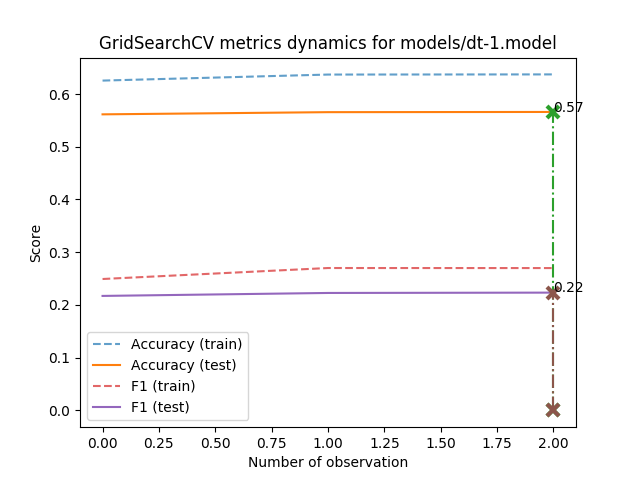
This is models/dt-1.model_metrics.png from AverHLV/diploma-computations, a Graphviz export, as it was before one commit. Its source is kept beside it as models/dt-1.model.dot. The source it was exported from:
```dot
digraph Tree {
node [shape=box, style="filled", color="black"] ;
0 [label="Topic <= 0.998\ngini = 0.558\nsamples = 12050\nvalue = [[27, 5080, 719, 4437, 1787]\n[325, 7325, 2437, 826, 1137]\n[147, 6578, 597, 4038, 690]\n...\n[13, 5625, 853, 3960, 1599]\n[8, 141, 69, 42, 11790]\n[14, 1988, 26, 7760, 2262]]", fillcolor="#fffdfb"] ;
1 [label="ОБ <= -0.369\ngini = 0.543\nsamples = 9234\nvalue = [[22, 4542, 556, 2710, 1404]\n[273, 5771, 1746, 557, 887]\n[124, 5772, 486, 2218, 634]\n...\n[13, 4908, 456, 2510, 1347]\n[6, 122, 39, 31, 9036]\n[14, 1776, 16, 5838, 1590]]", fillcolor="#fdf6f1"] ;
0 -> 1 [labeldistance=2.5, labelangle=45, headlabel="True"] ;
5 [label="Екогрупа <= -2.473\ngini = 0.531\nsamples = 2184\nvalue = [[6, 1218, 75, 458, 427]\n[36, 1459, 224, 162, 303]\n[24, 1337, 70, 487, 266]\n...\n[6, 1139, 85, 567, 387]\n[1, 15, 7, 1, 2160]\n[5, 332, 0, 1241, 606]]", fillcolor="#fcf1e9"] ;
1 -> 5 ;
9 [label="gini = 0.457\nsamples = 273\nvalue = [[1, 48, 1, 138, 85]\n[0, 170, 43, 27, 33]\n[1, 69, 5, 159, 39]\n...\n[0, 38, 18, 131, 86]\n[0, 0, 0, 0, 273]\n[2, 16, 0, 13, 242]]", fillcolor="#f6d1b7"] ;
5 -> 9 ;
10 [label="НФ <= -0.871\ngini = 0.513\nsamples = 1911\nvalue = [[5, 1170, 74, 320, 342]\n[36, 1289, 181, 135, 270]\n[23, 1268, 65, 328, 227]\n...\n[6, 1101, 67, 436, 301]\n[1, 15, 7, 1, 1887]\n[3, 316, 0, 1228, 364]]", fillcolor="#fbe9dd"] ;
5 -> 10 ;
25 [label="gini = 0.531\nsamples = 237\nvalue = [[1, 111, 9, 64, 52]\n[3, 127, 19, 39, 49]\n[0, 117, 8, 67, 45]\n...\n[2, 87, 6, 112, 30]\n[0, 1, 0, 0, 236]\n[1, 14, 0, 184, 38]]", fillcolor="#fcf1e9"] ;
10 -> 25 ;
26 [label="gini = 0.496\nsamples = 1674\nvalue = [[4, 1059, 65, 256, 290]\n[33, 1162, 162, 96, 221]\n[23, 1151, 57, 261, 182]\n...\n[4, 1014, 61, 324, 271]\n[1, 14, 7, 1, 1651]\n[2, 302, 0, 1044, 326]]", fillcolor="#f9e2d2"] ;
10 -> 26 ;
6 [label="Topic <= -1.596\ngini = 0.536\nsamples = 7050\nvalue = [[16, 3324, 481, 2252, 977]\n[237, 4312, 1522, 395, 584]\n[100, 4435, 416, 1731, 368]\n...\n[7, 3769, 371, 1943, 960]\n[5, 107, 32, 30, 6876]\n[9, 1444, 16, 4597, 984]]", fillcolor="#fdf3ec"] ;
1 -> 6 ;
7 [label="gini = 0.461\nsamples = 331\nvalue = [[2, 83, 64, 156, 26]\n[5, 247, 58, 8, 13]\n[0, 90, 66, 173, 2]\n...\n[0, 75, 84, 134, 38]\n[0, 21, 1, 13, 296]\n[0, 21, 0, 225, 85]]", fillcolor="#f6d3ba"] ;
6 -> 7 ;
8 [label="НФ <= 0.392\ngini = 0.531\nsamples = 6719\nvalue = [[14, 3241, 417, 2096, 951]\n[232, 4065, 1464, 387, 571]\n[100, 4345, 350, 1558, 366]\n...\n[7, 3694, 287, 1809, 922]\n[5, 86, 31, 17, 6580]\n[9, 1423, 16, 4372, 899]]", fillcolor="#fcf1e9"] ;
6 -> 8 ;
13 [label="Екогрупа <= -1.626\ngini = 0.52\nsamples = 4052\nvalue = [[5, 1844, 206, 1377, 620]\n[117, 2584, 887, 205, 259]\n[46, 2571, 193, 983, 259]\n...\n[6, 2307, 183, 1200, 356]\n[2, 24, 14, 8, 4004]\n[5, 930, 7, 2642, 468]]", fillcolor="#fbece2"] ;
8 -> 13 ;
21 [label="gini = 0.473\nsamples = 169\nvalue = [[0, 42, 8, 87, 32]\n[4, 98, 29, 3, 35]\n[0, 51, 5, 113, 0]\n...\n[0, 56, 12, 73, 28]\n[0, 2, 0, 0, 167]\n[0, 13, 0, 25, 131]]", fillcolor="#f7d8c2"] ;
13 -> 21 ;
22 [label="gini = 0.515\nsamples = 3883\nvalue = [[5, 1802, 198, 1290, 588]\n[113, 2486, 858, 202, 224]\n[46, 2520, 188, 870, 259]\n...\n[6, 2251, 171, 1127, 328]\n[2, 22, 14, 8, 3837]\n[5, 917, 7, 2617, 337]]", fillcolor="#fbeade"] ;
13 -> 22 ;
14 [label="gini = 0.533\nsamples = 2667\nvalue = [[9, 1397, 211, 719, 331]\n[115, 1481, 577, 182, 312]\n[54, 1774, 157, 575, 107]\n...\n[1, 1387, 104, 609, 566]\n[3, 62, 17, 9, 2576]\n[4, 493, 9, 1730, 431]]", fillcolor="#fcf2eb"] ;
8 -> 14 ;
2 [label="НФ <= -0.149\ngini = 0.525\nsamples = 2816\nvalue = [[5, 538, 163, 1727, 383]\n[52, 1554, 691, 269, 250]\n[23, 806, 111, 1820, 56]\n...\n[0, 717, 397, 1450, 252]\n[2, 19, 30, 11, 2754]\n[0, 212, 10, 1922, 672]]", fillcolor="#fceee5"] ;
0 -> 2 [labeldistance=2.5, labelangle=-45, headlabel="False"] ;
3 [label="Topic <= 1.016\ngini = 0.459\nsamples = 1892\nvalue = [[1, 150, 65, 1434, 242]\n[23, 997, 479, 226, 167]\n[2, 325, 51, 1487, 27]\n...\n[0, 347, 238, 1214, 93]\n[0, 3, 2, 1, 1886]\n[0, 60, 3, 1358, 471]]", fillcolor="#f6d2b9"] ;
2 -> 3 ;
11 [label="Воля <= -0.217\ngini = 0.352\nsamples = 564\nvalue = [[0, 2, 26, 494, 42]\n[5, 393, 12, 100, 54]\n[0, 46, 6, 512, 0]\n...\n[0, 36, 138, 344, 46]\n[0, 0, 0, 0, 564]\n[0, 1, 0, 413, 150]]", fillcolor="#eca470"] ;
3 -> 11 ;
23 [label="gini = 0.269\nsamples = 197\nvalue = [[0, 0, 25, 172, 0]\n[1, 106, 2, 54, 34]\n[0, 0, 1, 196, 0]\n...\n[0, 5, 9, 138, 45]\n[0, 0, 0, 0, 197]\n[0, 0, 0, 47, 150]]", fillcolor="#e58139"] ;
11 -> 23 ;
24 [label="gini = 0.329\nsamples = 367\nvalue = [[0, 2, 1, 322, 42]\n[4, 287, 10, 46, 20]\n[0, 46, 5, 316, 0]\n...\n[0, 31, 129, 206, 1]\n[0, 0, 0, 0, 367]\n[0, 1, 0, 366, 0]]", fillcolor="#ea9a61"] ;
11 -> 24 ;
12 [label="Воля <= 0.475\ngini = 0.467\nsamples = 1328\nvalue = [[1, 148, 39, 940, 200]\n[18, 604, 467, 126, 113]\n[2, 279, 45, 975, 27]\n...\n[0, 311, 100, 870, 47]\n[0, 3, 2, 1, 1322]\n[0, 59, 3, 945, 321]]", fillcolor="#f6d5be"] ;
3 -> 12 ;
17 [label="Екогрупа <= -1.837\ngini = 0.509\nsamples = 638\nvalue = [[1, 114, 23, 354, 146]\n[12, 371, 141, 50, 64]\n[2, 201, 34, 376, 25]\n...\n[0, 200, 49, 359, 30]\n[0, 3, 2, 1, 632]\n[0, 35, 0, 298, 305]]", fillcolor="#fae8da"] ;
12 -> 17 ;
19 [label="gini = 0.369\nsamples = 272\nvalue = [[0, 6, 1, 198, 67]\n[5, 117, 75, 24, 51]\n[0, 20, 4, 244, 4]\n...\n[0, 25, 12, 227, 8]\n[0, 0, 0, 0, 272]\n[0, 0, 0, 2, 270]]", fillcolor="#eeac7c"] ;
17 -> 19 ;
20 [label="gini = 0.52\nsamples = 366\nvalue = [[1, 108, 22, 156, 79]\n[7, 254, 66, 26, 13]\n[2, 181, 30, 132, 21]\n...\n[0, 175, 37, 132, 22]\n[0, 3, 2, 1, 360]\n[0, 35, 0, 296, 35]]", fillcolor="#fbece2"] ;
17 -> 20 ;
18 [label="gini = 0.383\nsamples = 690\nvalue = [[0, 34, 16, 586, 54]\n[6, 233, 326, 76, 49]\n[0, 78, 11, 599, 2]\n...\n[0, 111, 51, 511, 17]\n[0, 0, 0, 0, 690]\n[0, 24, 3, 647, 16]]", fillcolor="#efb285"] ;
12 -> 18 ;
4 [label="Topic <= 1.016\ngini = 0.564\nsamples = 924\nvalue = [[4, 388, 98, 293, 141]\n[29, 557, 212, 43, 83]\n[21, 481, 60, 333, 29]\n...\n[0, 370, 159, 236, 159]\n[2, 16, 28, 10, 868]\n[0, 152, 7, 564, 201]]", fillcolor="#ffffff"] ;
2 -> 4 ;
15 [label="gini = 0.285\nsamples = 100\nvalue = [[0, 26, 24, 47, 3]\n[1, 77, 2, 6, 14]\n[0, 5, 0, 95, 0]\n...\n[0, 7, 72, 21, 0]\n[0, 0, 0, 0, 100]\n[0, 0, 0, 35, 65]]", fillcolor="#e68844"] ;
4 -> 15 ;
16 [label="gini = 0.559\nsamples = 824\nvalue = [[4, 362, 74, 246, 138]\n[28, 480, 210, 37, 69]\n[21, 476, 60, 238, 29]\n...\n[0, 363, 87, 215, 159]\n[2, 16, 28, 10, 768]\n[0, 152, 7, 529, 136]]", fillcolor="#fffdfc"] ;
4 -> 16 ;
}
```
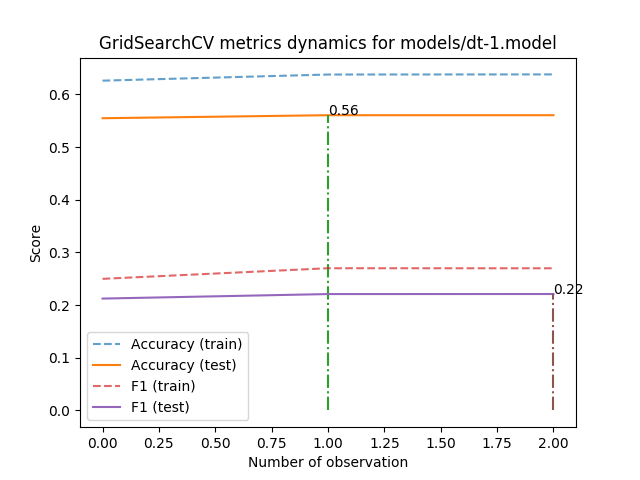
The same diagram one commit later.

Change to the diagram source:
```diff
@@ -1,56 +1,56 @@
 digraph Tree {
 node [shape=box, style="filled", color="black"] ;
-0 [label="Topic <= 0.998\ngini = 0.558\nsamples = 12050\nvalue = [[27, 5080, 719, 4437, 1787]\n[325, 7325, 2437, 826, 1137]\n[147, 6578, 597, 4038, 690]\n...\n[13, 5625, 853, 3960, 1599]\n[8, 141, 69, 42, 11790]\n[14, 1988, 26, 7760, 2262]]", fillcolor="#fffdfb"] ;
-1 [label="ОБ <= -0.369\ngini = 0.543\nsamples = 9234\nvalue = [[22, 4542, 556, 2710, 1404]\n[273, 5771, 1746, 557, 887]\n[124, 5772, 486, 2218, 634]\n...\n[13, 4908, 456, 2510, 1347]\n[6, 122, 39, 31, 9036]\n[14, 1776, 16, 5838, 1590]]", fillcolor="#fdf6f1"] ;
+0 [label="Topic <= 0.998\ngini = 0.558\nsamples = 12050\nvalue = [[29, 5161, 699, 4398, 1763]\n[322, 7286, 2444, 823, 1175]\n[148, 6568, 600, 4038, 696]\n...\n[17, 5659, 815, 3945, 1614]\n[8, 142, 63, 45, 11792]\n[16, 2006, 30, 7753, 2245]]", fillcolor="#fefdfb"] ;
+1 [label="Екогрупа <= -2.261\ngini = 0.542\nsamples = 9275\nvalue = [[24, 4624, 553, 2695, 1379]\n[277, 5757, 1759, 556, 926]\n[127, 5780, 491, 2232, 645]\n...\n[17, 4958, 425, 2514, 1361]\n[6, 124, 40, 35, 9070]\n[15, 1803, 21, 5830, 1606]]", fillcolor="#fdf7f2"] ;
 0 -> 1 [labeldistance=2.5, labelangle=45, headlabel="True"] ;
-5 [label="Екогрупа <= -2.473\ngini = 0.531\nsamples = 2184\nvalue = [[6, 1218, 75, 458, 427]\n[36, 1459, 224, 162, 303]\n[24, 1337, 70, 487, 266]\n...\n[6, 1139, 85, 567, 387]\n[1, 15, 7, 1, 2160]\n[5, 332, 0, 1241, 606]]", fillcolor="#fcf1e9"] ;
+5 [label="gini = 0.488\nsamples = 473\nvalue = [[4, 111, 13, 225, 120]\n[1, 299, 66, 33, 74]\n[1, 150, 6, 268, 48]\n...\n[0, 118, 29, 202, 124]\n[0, 0, 0, 0, 473]\n[2, 20, 0, 35, 416]]", fillcolor="#f9e4d4"] ;
 1 -> 5 ;
-9 [label="gini = 0.457\nsamples = 273\nvalue = [[1, 48, 1, 138, 85]\n[0, 170, 43, 27, 33]\n[1, 69, 5, 159, 39]\n...\n[0, 38, 18, 131, 86]\n[0, 0, 0, 0, 273]\n[2, 16, 0, 13, 242]]", fillcolor="#f6d1b7"] ;
-5 -> 9 ;
-10 [label="НФ <= -0.871\ngini = 0.513\nsamples = 1911\nvalue = [[5, 1170, 74, 320, 342]\n[36, 1289, 181, 135, 270]\n[23, 1268, 65, 328, 227]\n...\n[6, 1101, 67, 436, 301]\n[1, 15, 7, 1, 1887]\n[3, 316, 0, 1228, 364]]", fillcolor="#fbe9dd"] ;
-5 -> 10 ;
-25 [label="gini = 0.531\nsamples = 237\nvalue = [[1, 111, 9, 64, 52]\n[3, 127, 19, 39, 49]\n[0, 117, 8, 67, 45]\n...\n[2, 87, 6, 112, 30]\n[0, 1, 0, 0, 236]\n[1, 14, 0, 184, 38]]", fillcolor="#fcf1e9"] ;
-10 -> 25 ;
-26 [label="gini = 0.496\nsamples = 1674\nvalue = [[4, 1059, 65, 256, 290]\n[33, 1162, 162, 96, 221]\n[23, 1151, 57, 261, 182]\n...\n[4, 1014, 61, 324, 271]\n[1, 14, 7, 1, 1651]\n[2, 302, 0, 1044, 326]]", fillcolor="#f9e2d2"] ;
-10 -> 26 ;
-6 [label="Topic <= -1.596\ngini = 0.536\nsamples = 7050\nvalue = [[16, 3324, 481, 2252, 977]\n[237, 4312, 1522, 395, 584]\n[100, 4435, 416, 1731, 368]\n...\n[7, 3769, 371, 1943, 960]\n[5, 107, 32, 30, 6876]\n[9, 1444, 16, 4597, 984]]", fillcolor="#fdf3ec"] ;
+6 [label="ОБ <= -0.236\ngini = 0.536\nsamples = 8802\nvalue = [[20, 4513, 540, 2470, 1259]\n[276, 5458, 1693, 523, 852]\n[126, 5630, 485, 1964, 597]\n...\n[17, 4840, 396, 2312, 1237]\n[6, 124, 40, 35, 8597]\n[13, 1783, 21, 5795, 1190]]", fillcolor="#fdf5ef"] ;
 1 -> 6 ;
-7 [label="gini = 0.461\nsamples = 331\nvalue = [[2, 83, 64, 156, 26]\n[5, 247, 58, 8, 13]\n[0, 90, 66, 173, 2]\n...\n[0, 75, 84, 134, 38]\n[0, 21, 1, 13, 296]\n[0, 21, 0, 225, 85]]", fillcolor="#f6d3ba"] ;
+7 [label="НФ <= -0.69\ngini = 0.519\nsamples = 2122\nvalue = [[10, 1247, 100, 395, 370]\n[41, 1403, 230, 147, 301]\n[28, 1367, 76, 369, 282]\n...\n[8, 1208, 74, 509, 323]\n[1, 19, 9, 0, 2093]\n[7, 373, 1, 1351, 390]]", fillcolor="#fcefe5"] ;
 6 -> 7 ;
-8 [label="НФ <= 0.392\ngini = 0.531\nsamples = 6719\nvalue = [[14, 3241, 417, 2096, 951]\n[232, 4065, 1464, 387, 571]\n[100, 4345, 350, 1558, 366]\n...\n[7, 3694, 287, 1809, 922]\n[5, 86, 31, 17, 6580]\n[9, 1423, 16, 4372, 899]]", fillcolor="#fcf1e9"] ;
+23 [label="gini = 0.532\nsamples = 337\nvalue = [[0, 152, 17, 100, 68]\n[5, 199, 29, 43, 61]\n[5, 160, 13, 84, 75]\n...\n[2, 137, 6, 158, 34]\n[0, 1, 0, 0, 336]\n[2, 31, 0, 261, 43]]", fillcolor="#fdf3ed"] ;
+7 -> 23 ;
+24 [label="gini = 0.503\nsamples = 1785\nvalue = [[10, 1095, 83, 295, 302]\n[36, 1204, 201, 104, 240]\n[23, 1207, 63, 285, 207]\n...\n[6, 1071, 68, 351, 289]\n[1, 18, 9, 0, 1757]\n[5, 342, 1, 1090, 347]]", fillcolor="#fae9dc"] ;
+7 -> 24 ;
+8 [label="Topic <= -1.596\ngini = 0.532\nsamples = 6680\nvalue = [[10, 3266, 440, 2075, 889]\n[235, 4055, 1463, 376, 551]\n[98, 4263, 409, 1595, 315]\n...\n[9, 3632, 322, 1803, 914]\n[5, 105, 31, 35, 6504]\n[6, 1410, 20, 4444, 800]]", fillcolor="#fdf3ed"] ;
 6 -> 8 ;
-13 [label="Екогрупа <= -1.626\ngini = 0.52\nsamples = 4052\nvalue = [[5, 1844, 206, 1377, 620]\n[117, 2584, 887, 205, 259]\n[46, 2571, 193, 983, 259]\n...\n[6, 2307, 183, 1200, 356]\n[2, 24, 14, 8, 4004]\n[5, 930, 7, 2642, 468]]", fillcolor="#fbece2"] ;
-8 -> 13 ;
-21 [label="gini = 0.473\nsamples = 169\nvalue = [[0, 42, 8, 87, 32]\n[4, 98, 29, 3, 35]\n[0, 51, 5, 113, 0]\n...\n[0, 56, 12, 73, 28]\n[0, 2, 0, 0, 167]\n[0, 13, 0, 25, 131]]", fillcolor="#f7d8c2"] ;
-13 -> 21 ;
-22 [label="gini = 0.515\nsamples = 3883\nvalue = [[5, 1802, 198, 1290, 588]\n[113, 2486, 858, 202, 224]\n[46, 2520, 188, 870, 259]\n...\n[6, 2251, 171, 1127, 328]\n[2, 22, 14, 8, 3837]\n[5, 917, 7, 2617, 337]]", fillcolor="#fbeade"] ;
-13 -> 22 ;
-14 [label="gini = 0.533\nsamples = 2667\nvalue = [[9, 1397, 211, 719, 331]\n[115, 1481, 577, 182, 312]\n[54, 1774, 157, 575, 107]\n...\n[1, 1387, 104, 609, 566]\n[3, 62, 17, 9, 2576]\n[4, 493, 9, 1730, 431]]", fillcolor="#fcf2eb"] ;
-8 -> 14 ;
-2 [label="НФ <= -0.149\ngini = 0.525\nsamples = 2816\nvalue = [[5, 538, 163, 1727, 383]\n[52, 1554, 691, 269, 250]\n[23, 806, 111, 1820, 56]\n...\n[0, 717, 397, 1450, 252]\n[2, 19, 30, 11, 2754]\n[0, 212, 10, 1922, 672]]", fillcolor="#fceee5"] ;
+9 [label="gini = 0.463\nsamples = 325\nvalue = [[2, 85, 58, 160, 20]\n[4, 244, 62, 8, 7]\n[0, 82, 67, 174, 2]\n...\n[1, 73, 82, 131, 38]\n[0, 19, 1, 15, 290]\n[0, 22, 0, 222, 81]]", fillcolor="#f8dbc6"] ;
+8 -> 9 ;
+10 [label="НФ <= 0.753\ngini = 0.526\nsamples = 6355\nvalue = [[8, 3181, 382, 1915, 869]\n[231, 3811, 1401, 368, 544]\n[98, 4181, 342, 1421, 313]\n...\n[8, 3559, 240, 1672, 876]\n[5, 86, 30, 20, 6214]\n[6, 1388, 20, 4222, 719]]", fillcolor="#fcf1e9"] ;
+8 -> 10 ;
+13 [label="gini = 0.519\nsamples = 4836\nvalue = [[3, 2348, 258, 1567, 660]\n[134, 3033, 1078, 254, 337]\n[56, 3155, 245, 1126, 254]\n...\n[8, 2829, 188, 1351, 460]\n[4, 35, 21, 14, 4762]\n[3, 1104, 16, 3246, 467]]", fillcolor="#fcefe5"] ;
+10 -> 13 ;
+14 [label="gini = 0.529\nsamples = 1519\nvalue = [[5, 833, 124, 348, 209]\n[97, 778, 323, 114, 207]\n[42, 1026, 97, 295, 59]\n...\n[0, 730, 52, 321, 416]\n[1, 51, 9, 6, 1452]\n[3, 284, 4, 976, 252]]", fillcolor="#fcf2eb"] ;
+10 -> 14 ;
+2 [label="НФ <= -0.149\ngini = 0.525\nsamples = 2775\nvalue = [[5, 537, 146, 1703, 384]\n[45, 1529, 685, 267, 249]\n[21, 788, 109, 1806, 51]\n...\n[0, 701, 390, 1431, 253]\n[2, 18, 23, 10, 2722]\n[1, 203, 9, 1923, 639]]", fillcolor="#fcf1e9"] ;
 0 -> 2 [labeldistance=2.5, labelangle=-45, headlabel="False"] ;
-3 [label="Topic <= 1.016\ngini = 0.459\nsamples = 1892\nvalue = [[1, 150, 65, 1434, 242]\n[23, 997, 479, 226, 167]\n[2, 325, 51, 1487, 27]\n...\n[0, 347, 238, 1214, 93]\n[0, 3, 2, 1, 1886]\n[0, 60, 3, 1358, 471]]", fillcolor="#f6d2b9"] ;
+3 [label="Topic <= 1.016\ngini = 0.46\nsamples = 1869\nvalue = [[1, 153, 62, 1413, 240]\n[18, 989, 473, 216, 173]\n[1, 333, 46, 1467, 22]\n...\n[0, 339, 234, 1203, 93]\n[0, 2, 1, 1, 1865]\n[1, 65, 2, 1355, 446]]", fillcolor="#f7dac4"] ;
 2 -> 3 ;
-11 [label="Воля <= -0.217\ngini = 0.352\nsamples = 564\nvalue = [[0, 2, 26, 494, 42]\n[5, 393, 12, 100, 54]\n[0, 46, 6, 512, 0]\n...\n[0, 36, 138, 344, 46]\n[0, 0, 0, 0, 564]\n[0, 1, 0, 413, 150]]", fillcolor="#eca470"] ;
+11 [label="Воля <= -0.217\ngini = 0.348\nsamples = 574\nvalue = [[0, 2, 31, 492, 49]\n[5, 406, 8, 96, 59]\n[0, 47, 7, 520, 0]\n...\n[0, 41, 139, 354, 40]\n[0, 0, 0, 0, 574]\n[0, 0, 0, 417, 157]]", fillcolor="#efb285"] ;
 3 -> 11 ;
-23 [label="gini = 0.269\nsamples = 197\nvalue = [[0, 0, 25, 172, 0]\n[1, 106, 2, 54, 34]\n[0, 0, 1, 196, 0]\n...\n[0, 5, 9, 138, 45]\n[0, 0, 0, 0, 197]\n[0, 0, 0, 47, 150]]", fillcolor="#e58139"] ;
-11 -> 23 ;
-24 [label="gini = 0.329\nsamples = 367\nvalue = [[0, 2, 1, 322, 42]\n[4, 287, 10, 46, 20]\n[0, 46, 5, 316, 0]\n...\n[0, 31, 129, 206, 1]\n[0, 0, 0, 0, 367]\n[0, 1, 0, 366, 0]]", fillcolor="#ea9a61"] ;
-11 -> 24 ;
-12 [label="Воля <= 0.475\ngini = 0.467\nsamples = 1328\nvalue = [[1, 148, 39, 940, 200]\n[18, 604, 467, 126, 113]\n[2, 279, 45, 975, 27]\n...\n[0, 311, 100, 870, 47]\n[0, 3, 2, 1, 1322]\n[0, 59, 3, 945, 321]]", fillcolor="#f6d5be"] ;
+21 [label="gini = 0.27\nsamples = 198\nvalue = [[0, 1, 28, 169, 0]\n[1, 107, 1, 52, 37]\n[0, 0, 1, 197, 0]\n...\n[0, 7, 12, 140, 39]\n[0, 0, 0, 0, 198]\n[0, 0, 0, 43, 155]]", fillcolor="#e9965a"] ;
+11 -> 21 ;
+22 [label="gini = 0.324\nsamples = 376\nvalue = [[0, 1, 3, 323, 49]\n[4, 299, 7, 44, 22]\n[0, 47, 6, 323, 0]\n...\n[0, 34, 127, 214, 1]\n[0, 0, 0, 0, 376]\n[0, 0, 0, 374, 2]]", fillcolor="#eda978"] ;
+11 -> 22 ;
+12 [label="Воля <= 0.475\ngini = 0.469\nsamples = 1295\nvalue = [[1, 151, 31, 921, 191]\n[13, 583, 465, 120, 114]\n[1, 286, 39, 947, 22]\n...\n[0, 298, 95, 849, 53]\n[0, 2, 1, 1, 1291]\n[1, 65, 2, 938, 289]]", fillcolor="#f8ddc9"] ;
 3 -> 12 ;
-17 [label="Екогрупа <= -1.837\ngini = 0.509\nsamples = 638\nvalue = [[1, 114, 23, 354, 146]\n[12, 371, 141, 50, 64]\n[2, 201, 34, 376, 25]\n...\n[0, 200, 49, 359, 30]\n[0, 3, 2, 1, 632]\n[0, 35, 0, 298, 305]]", fillcolor="#fae8da"] ;
-12 -> 17 ;
-19 [label="gini = 0.369\nsamples = 272\nvalue = [[0, 6, 1, 198, 67]\n[5, 117, 75, 24, 51]\n[0, 20, 4, 244, 4]\n...\n[0, 25, 12, 227, 8]\n[0, 0, 0, 0, 272]\n[0, 0, 0, 2, 270]]", fillcolor="#eeac7c"] ;
-17 -> 19 ;
-20 [label="gini = 0.52\nsamples = 366\nvalue = [[1, 108, 22, 156, 79]\n[7, 254, 66, 26, 13]\n[2, 181, 30, 132, 21]\n...\n[0, 175, 37, 132, 22]\n[0, 3, 2, 1, 360]\n[0, 35, 0, 296, 35]]", fillcolor="#fbece2"] ;
-17 -> 20 ;
-18 [label="gini = 0.383\nsamples = 690\nvalue = [[0, 34, 16, 586, 54]\n[6, 233, 326, 76, 49]\n[0, 78, 11, 599, 2]\n...\n[0, 111, 51, 511, 17]\n[0, 0, 0, 0, 690]\n[0, 24, 3, 647, 16]]", fillcolor="#efb285"] ;
-12 -> 18 ;
-4 [label="Topic <= 1.016\ngini = 0.564\nsamples = 924\nvalue = [[4, 388, 98, 293, 141]\n[29, 557, 212, 43, 83]\n[21, 481, 60, 333, 29]\n...\n[0, 370, 159, 236, 159]\n[2, 16, 28, 10, 868]\n[0, 152, 7, 564, 201]]", fillcolor="#ffffff"] ;
+15 [label="Екогрупа <= -2.261\ngini = 0.515\nsamples = 598\nvalue = [[1, 112, 14, 330, 141]\n[10, 350, 128, 45, 65]\n[1, 206, 29, 342, 20]\n...\n[0, 188, 47, 328, 35]\n[0, 2, 1, 1, 594]\n[1, 41, 0, 281, 275]]", fillcolor="#fbede3"] ;
+12 -> 15 ;
+17 [label="gini = 0.371\nsamples = 243\nvalue = [[0, 6, 0, 173, 64]\n[5, 109, 62, 20, 47]\n[0, 20, 2, 217, 4]\n...\n[0, 22, 9, 207, 5]\n[0, 0, 0, 0, 243]\n[1, 0, 0, 2, 240]]", fillcolor="#f1ba92"] ;
+15 -> 17 ;
+18 [label="gini = 0.525\nsamples = 355\nvalue = [[1, 106, 14, 157, 77]\n[5, 241, 66, 25, 18]\n[1, 186, 27, 125, 16]\n...\n[0, 166, 38, 121, 30]\n[0, 2, 1, 1, 351]\n[0, 41, 0, 279, 35]]", fillcolor="#fcf1e8"] ;
+15 -> 18 ;
+16 [label="НФ <= -1.592\ngini = 0.384\nsamples = 697\nvalue = [[0, 39, 17, 591, 50]\n[3, 233, 337, 75, 49]\n[0, 80, 10, 605, 2]\n...\n[0, 110, 48, 521, 18]\n[0, 0, 0, 0, 697]\n[0, 24, 2, 657, 14]]", fillcolor="#f2be99"] ;
+12 -> 16 ;
+25 [label="gini = 0.212\nsamples = 190\nvalue = [[0, 0, 0, 182, 8]\n[0, 33, 107, 36, 14]\n[0, 0, 0, 190, 0]\n...\n[0, 12, 12, 163, 3]\n[0, 0, 0, 0, 190]\n[0, 0, 0, 188, 2]]", fillcolor="#e58139"] ;
+16 -> 25 ;
+26 [label="gini = 0.408\nsamples = 507\nvalue = [[0, 39, 17, 409, 42]\n[3, 200, 230, 39, 35]\n[0, 80, 10, 415, 2]\n...\n[0, 98, 36, 358, 15]\n[0, 0, 0, 0, 507]\n[0, 24, 2, 469, 12]]", fillcolor="#f3c7a7"] ;
+16 -> 26 ;
+4 [label="Topic <= 1.016\ngini = 0.565\nsamples = 906\nvalue = [[4, 384, 84, 290, 144]\n[27, 540, 212, 51, 76]\n[20, 455, 63, 339, 29]\n...\n[0, 362, 156, 228, 160]\n[2, 16, 22, 9, 857]\n[0, 138, 7, 568, 193]]", fillcolor="#ffffff"] ;
 2 -> 4 ;
-15 [label="gini = 0.285\nsamples = 100\nvalue = [[0, 26, 24, 47, 3]\n[1, 77, 2, 6, 14]\n[0, 5, 0, 95, 0]\n...\n[0, 7, 72, 21, 0]\n[0, 0, 0, 0, 100]\n[0, 0, 0, 35, 65]]", fillcolor="#e68844"] ;
-4 -> 15 ;
-16 [label="gini = 0.559\nsamples = 824\nvalue = [[4, 362, 74, 246, 138]\n[28, 480, 210, 37, 69]\n[21, 476, 60, 238, 29]\n...\n[0, 363, 87, 215, 159]\n[2, 16, 28, 10, 768]\n[0, 152, 7, 529, 136]]", fillcolor="#fffdfc"] ;
-4 -> 16 ;
+19 [label="gini = 0.28\nsamples = 95\nvalue = [[0, 23, 23, 46, 3]\n[0, 72, 1, 8, 14]\n[0, 4, 0, 91, 0]\n...\n[0, 7, 67, 21, 0]\n[0, 0, 0, 0, 95]\n[0, 0, 0, 34, 61]]", fillcolor="#ea995f"] ;
+4 -> 19 ;
+20 [label="gini = 0.56\nsamples = 811\nvalue = [[4, 361, 61, 244, 141]\n[27, 468, 211, 43, 62]\n[20, 451, 63, 248, 29]\n...\n[0, 355, 89, 207, 160]\n[2, 16, 22, 9, 762]\n[0, 138, 7, 534, 132]]", fillcolor="#fffdfc"] ;
+4 -> 20 ;
 }
```
